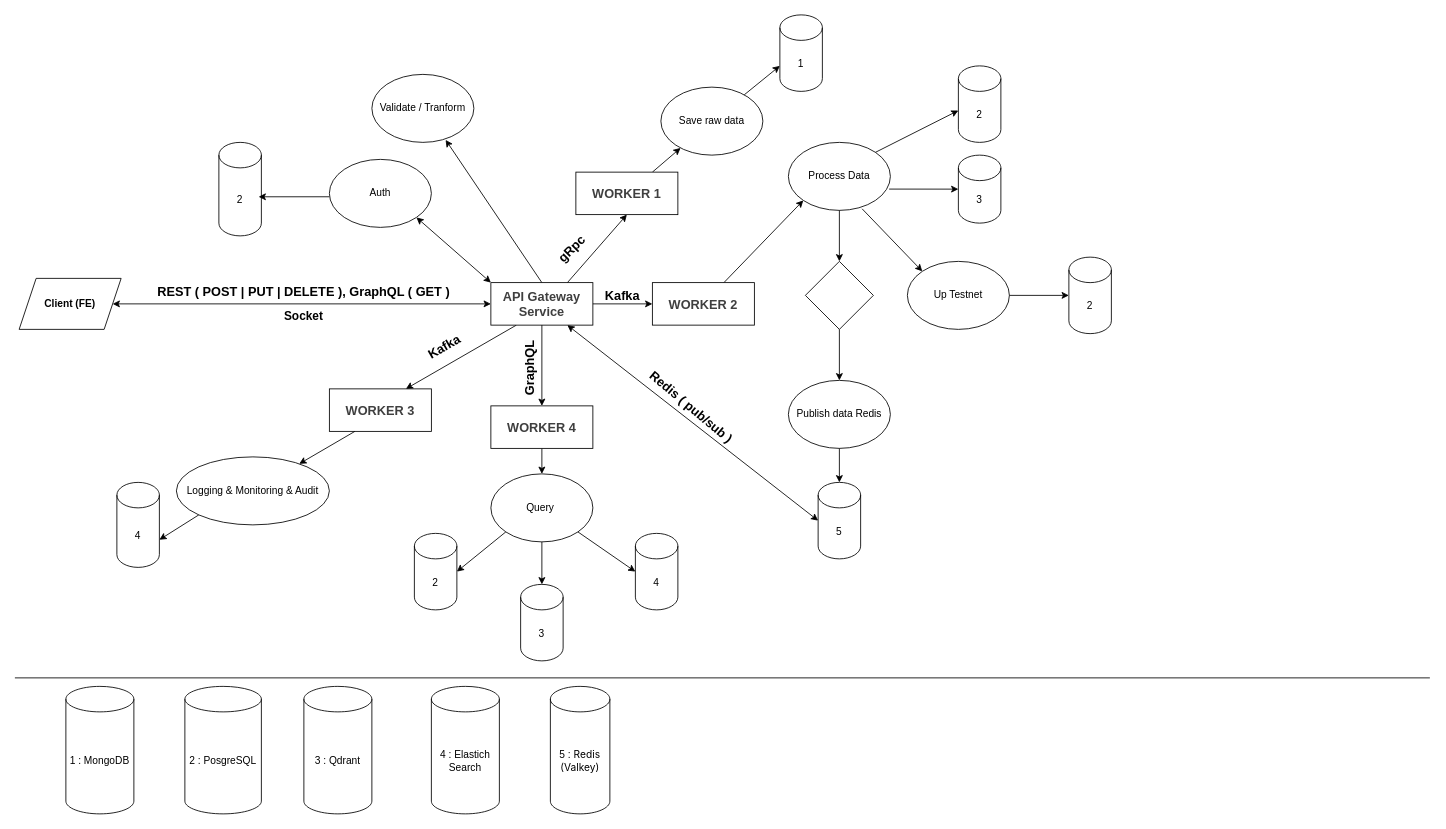
The draw.io diagram design.dio in GraduationProject-6251071040/design, before the edit. Source tidied: cells renumbered, new cells numbered last; positions are measured from the earlier drawing's top-left corner, leaving out a move shared by most shapes. Both pictures are drawn from the tidied source at 85%, with x=0, y=0 at pixel (14, 14).
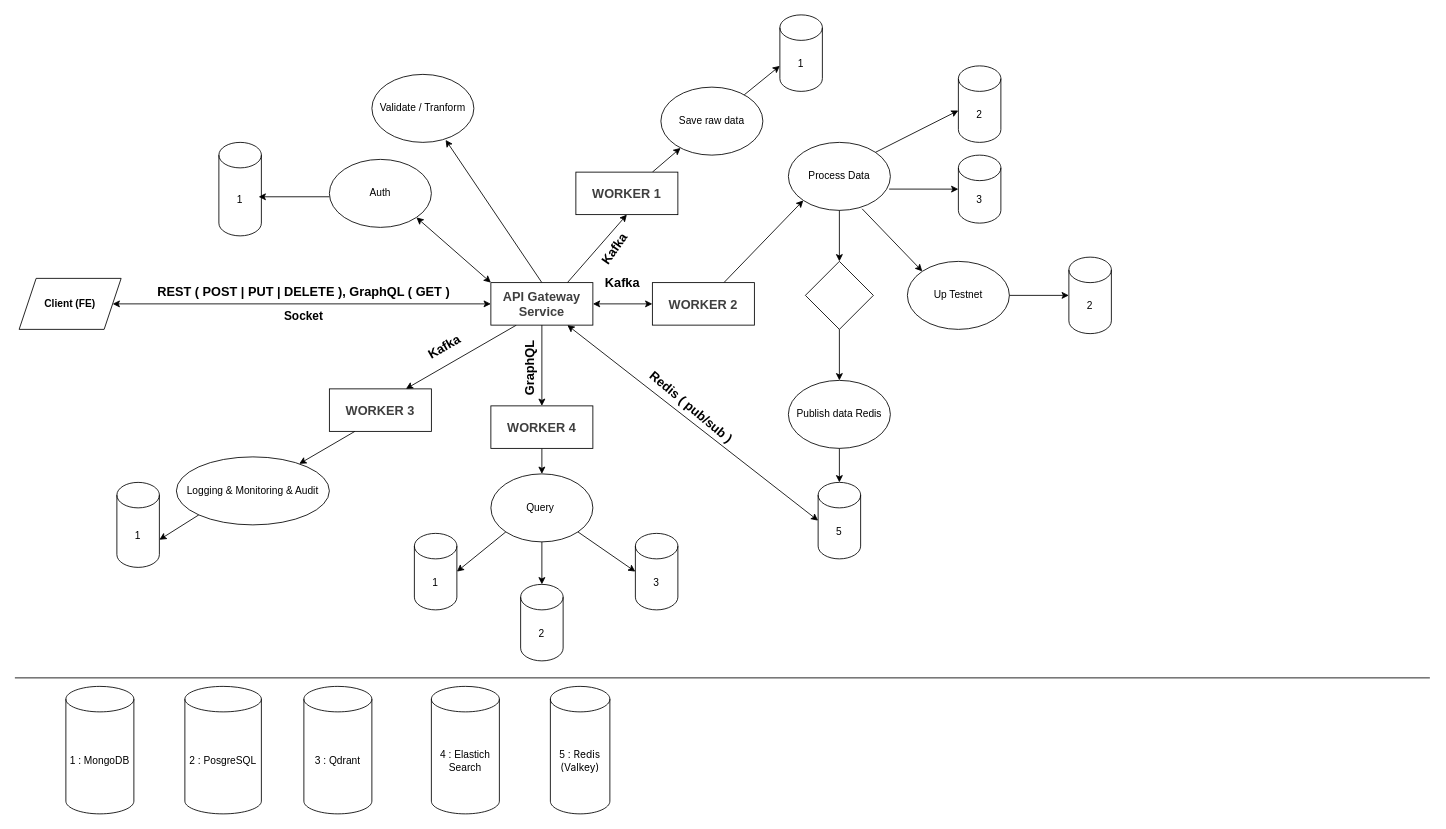
The same page after the edit.

Unchanged cells that the change refers to:
```xml
<mxCell id="20" value="&lt;b style=&quot;color: rgb(63, 63, 63); font-size: 15px;&quot;&gt;API Gateway Service&lt;/b&gt;" style="rounded=0;whiteSpace=wrap;html=1;" parent="1" vertex="1">
  <mxGeometry x="560" y="315" width="120" height="50" as="geometry" />
</mxCell>
<mxCell id="31" value="&lt;b style=&quot;color: rgb(63, 63, 63); font-size: 15px;&quot;&gt;WORKER 2&lt;/b&gt;" style="rounded=0;whiteSpace=wrap;html=1;" parent="1" vertex="1">
  <mxGeometry x="750" y="315" width="120" height="50" as="geometry" />
</mxCell>
```

What changed in the source:
```diff
@@
-    <mxCell id="21" value="4" style="shape=cylinder3;whiteSpace=wrap;html=1;boundedLbl=1;backgroundOutline=1;size=15;" parent="1" vertex="1">
+    <mxCell id="21" value="1" style="shape=cylinder3;whiteSpace=wrap;html=1;boundedLbl=1;backgroundOutline=1;size=15;" parent="1" vertex="1">
       <mxGeometry x="120" y="550" width="50" height="100" as="geometry" />
     </mxCell>
@@
-    <mxCell id="23" value="2" style="shape=cylinder3;whiteSpace=wrap;html=1;boundedLbl=1;backgroundOutline=1;size=15;" parent="1" vertex="1">
+    <mxCell id="23" value="1" style="shape=cylinder3;whiteSpace=wrap;html=1;boundedLbl=1;backgroundOutline=1;size=15;" parent="1" vertex="1">
       <mxGeometry x="240" y="150" width="50" height="110" as="geometry" />
     </mxCell>
@@
-    <mxCell id="25" style="edgeStyle=none;html=1;exitX=1;exitY=0.5;exitDx=0;exitDy=0;entryX=0;entryY=0.5;entryDx=0;entryDy=0;" parent="1" edge="1" source="20" target="31">
-      <mxGeometry relative="1" as="geometry" />
-    </mxCell>
@@
-    <mxCell id="53" value="4" style="shape=cylinder3;whiteSpace=wrap;html=1;boundedLbl=1;backgroundOutline=1;size=15;" parent="1" vertex="1">
+    <mxCell id="53" value="3" style="shape=cylinder3;whiteSpace=wrap;html=1;boundedLbl=1;backgroundOutline=1;size=15;" parent="1" vertex="1">
       <mxGeometry x="730" y="610" width="50" height="90" as="geometry" />
     </mxCell>
-    <mxCell id="54" value="2" style="shape=cylinder3;whiteSpace=wrap;html=1;boundedLbl=1;backgroundOutline=1;size=15;" parent="1" vertex="1">
+    <mxCell id="54" value="1" style="shape=cylinder3;whiteSpace=wrap;html=1;boundedLbl=1;backgroundOutline=1;size=15;" parent="1" vertex="1">
       <mxGeometry x="470" y="610" width="50" height="90" as="geometry" />
     </mxCell>
-    <mxCell id="55" value="3" style="shape=cylinder3;whiteSpace=wrap;html=1;boundedLbl=1;backgroundOutline=1;size=15;" parent="1" vertex="1">
+    <mxCell id="55" value="2" style="shape=cylinder3;whiteSpace=wrap;html=1;boundedLbl=1;backgroundOutline=1;size=15;" parent="1" vertex="1">
       <mxGeometry x="595" y="670" width="50" height="90" as="geometry" />
     </mxCell>
@@
-    <mxCell id="62" value="&lt;b&gt;&lt;font style=&quot;font-size: 15px;&quot;&gt;gRpc&lt;/font&gt;&lt;/b&gt;" style="text;html=1;align=center;verticalAlign=middle;whiteSpace=wrap;rounded=0;rotation=-45;" parent="1" vertex="1">
-      <mxGeometry x="620" y="260" width="70" height="30" as="geometry" />
-    </mxCell>
     <mxCell id="63" value="&lt;b&gt;&lt;font style=&quot;font-size: 15px;&quot;&gt;Kafka&lt;/font&gt;&lt;/b&gt;" style="text;html=1;align=center;verticalAlign=middle;whiteSpace=wrap;rounded=0;rotation=0;" parent="1" vertex="1">
-      <mxGeometry x="680" y="315" width="70" height="30" as="geometry" />
+      <mxGeometry x="680" y="300" width="70" height="30" as="geometry" />
     </mxCell>
@@
+    <mxCell id="25" style="endArrow=classic;startArrow=classic;html=1;entryX=0;entryY=0.5;entryDx=0;entryDy=0;exitX=1;exitY=0.5;exitDx=0;exitDy=0;" parent="1" edge="1" source="20" target="31">
+      <mxGeometry relative="1" as="geometry" />
+    </mxCell>
+    <mxCell id="65" value="&lt;b&gt;&lt;font style=&quot;font-size: 15px;&quot;&gt;Kafka&lt;/font&gt;&lt;/b&gt;" style="text;html=1;align=center;verticalAlign=middle;whiteSpace=wrap;rounded=0;rotation=-55;" parent="1" vertex="1">
+      <mxGeometry x="670" y="260" width="70" height="30" as="geometry" />
+    </mxCell>
```
